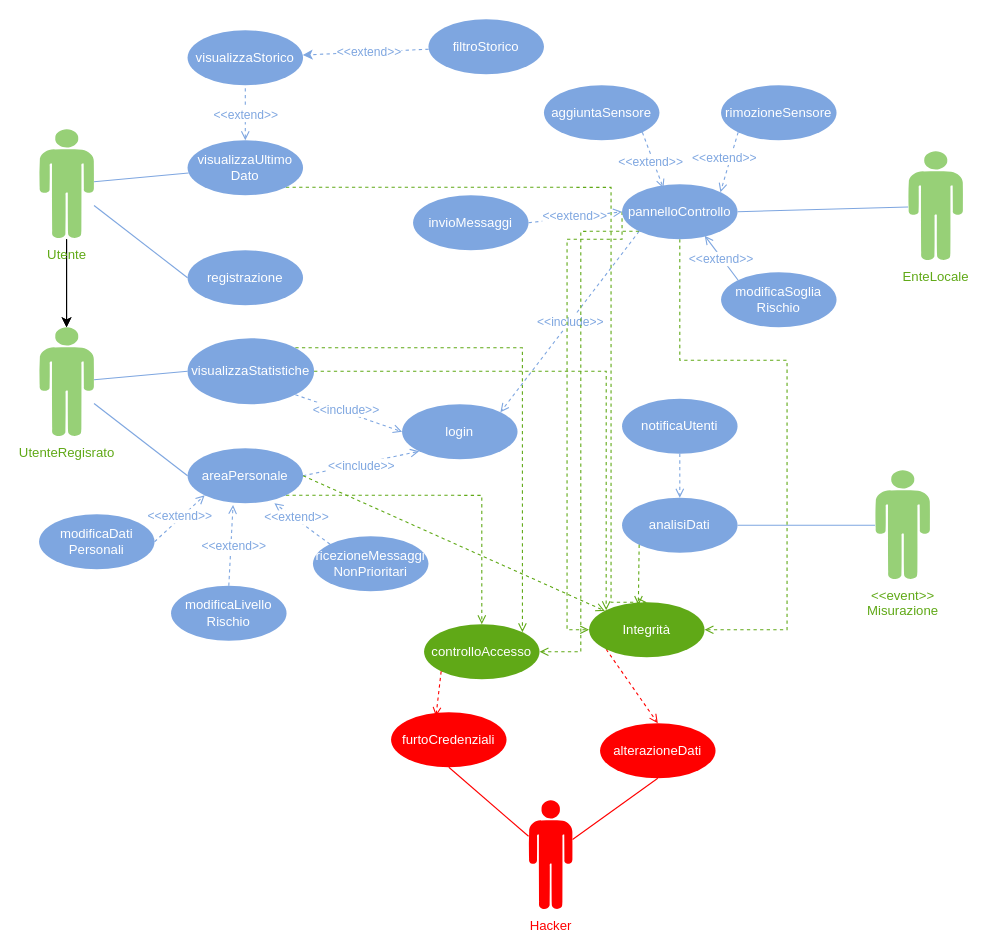
The draw.io diagram Security.drawio in MirkoTonelli/Ing, before the edit. Source tidied: cells renumbered, new cells numbered last; positions are measured from the earlier drawing's top-left corner, leaving out a move shared by most shapes. Both pictures are drawn from the tidied source at 110%, with x=0, y=0 at pixel (38, 19).
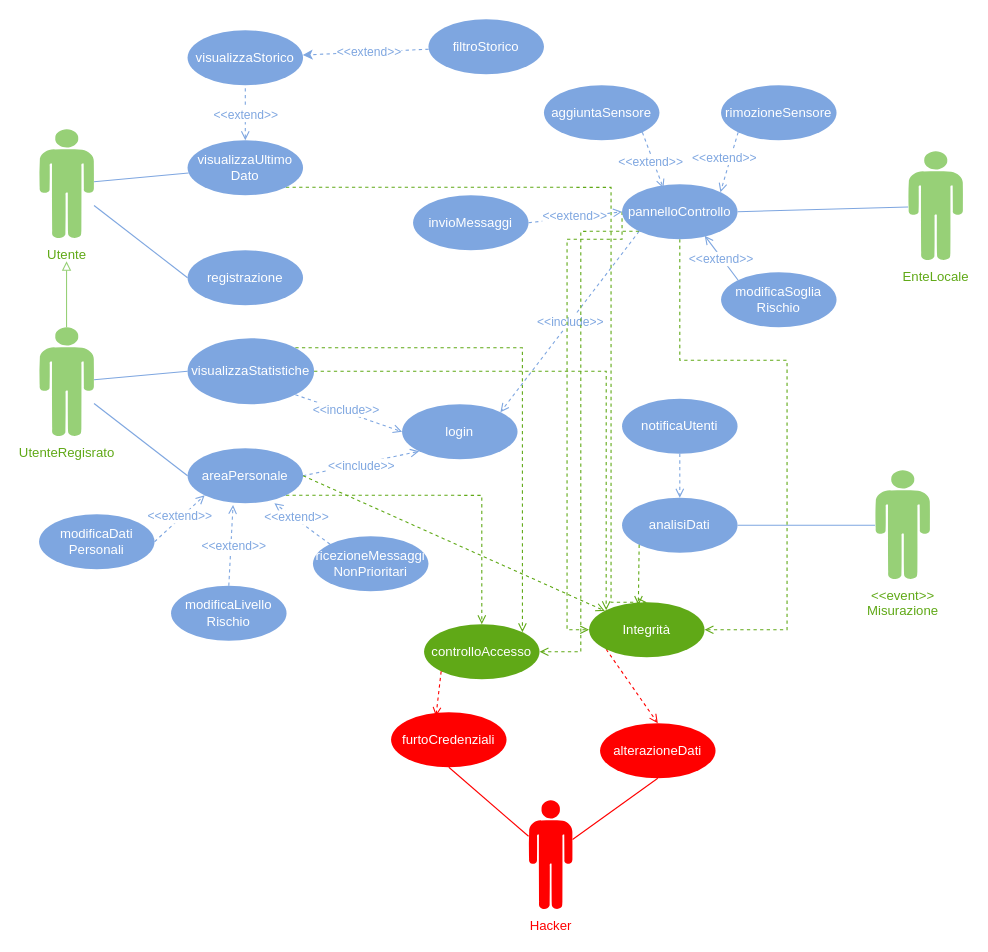
Above is the later version.

Unchanged cells that the change refers to:
```xml
<mxCell id="6" value="&lt;font style=&quot;color: rgb(96, 169, 23);&quot;&gt;Utente&lt;/font&gt;" style="verticalLabelPosition=bottom;sketch=0;html=1;fillColor=#97D077;verticalAlign=top;align=center;shape=mxgraph.cisco_safe.design.actor_2;" parent="1" vertex="1">
  <mxGeometry y="100" width="50" height="100" as="geometry" />
</mxCell>
<mxCell id="11" value="&lt;font style=&quot;color: rgb(96, 169, 23);&quot;&gt;UtenteRegisrato&lt;/font&gt;" style="verticalLabelPosition=bottom;sketch=0;html=1;fillColor=#97D077;verticalAlign=top;align=center;shape=mxgraph.cisco_safe.design.actor_2;" parent="1" vertex="1">
  <mxGeometry y="280" width="50" height="100" as="geometry" />
</mxCell>
```

Change to the diagram source:
```diff
@@
-    <mxCell id="2" style="edgeStyle=orthogonalEdgeStyle;rounded=0;jettySize=auto;html=1;" parent="1" edge="1" source="6" target="11">
-      <mxGeometry relative="1" as="geometry" />
-    </mxCell>
-    <mxCell id="3" style="edgeStyle=orthogonalEdgeStyle;rounded=0;jettySize=auto;html=1;" parent="1" edge="1" source="6" target="11">
-      <mxGeometry relative="1" as="geometry" />
-    </mxCell>
@@
+    <mxCell id="74" style="rounded=0;jettySize=auto;html=1;endArrow=block;endFill=0;strokeColor=#97D077;" parent="1" edge="1" source="11">
+      <mxGeometry relative="1" as="geometry">
+        <mxPoint x="25" y="220" as="targetPoint" />
+      </mxGeometry>
+    </mxCell>
```
